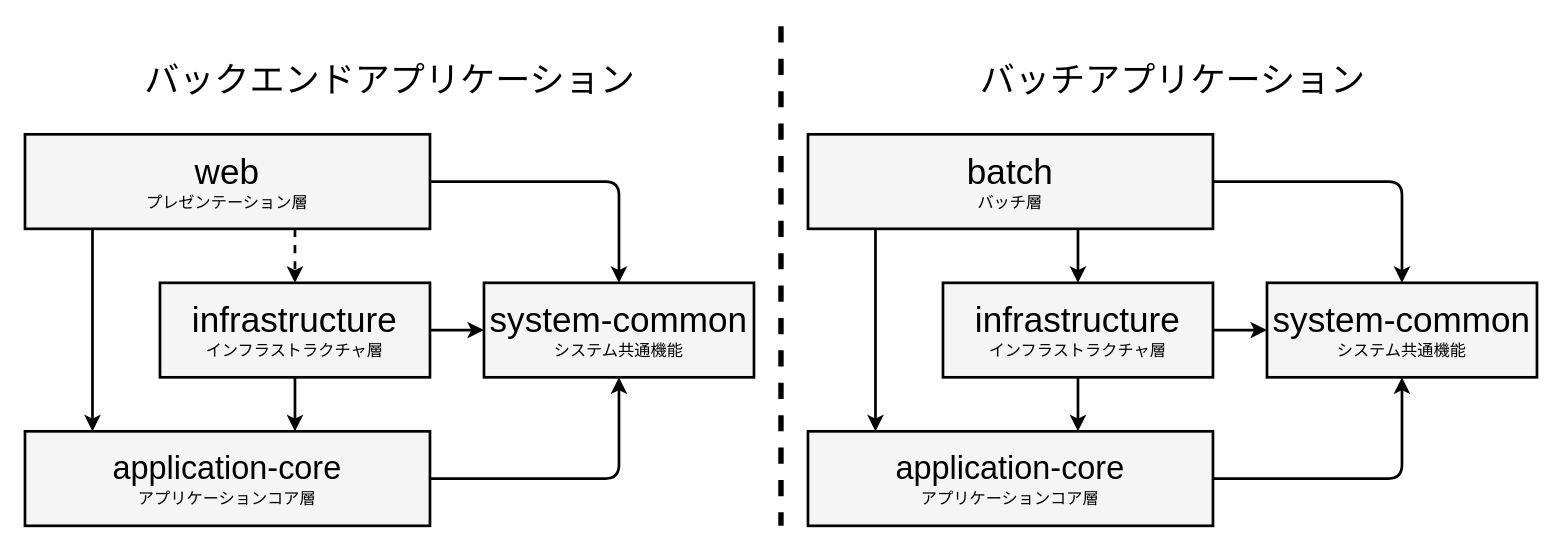
This is documents/_materials/images/guidebooks/how-to-develop/java/subproject-dependencies-light.drawio from AlesInfiny/maia, a draw.io file, before an edit. Source tidied: cells renumbered, new cells numbered last; positions are measured from the earlier drawing's top-left corner, leaving out a move shared by most shapes. Both pictures are drawn from the tidied source at 135%, with x=0, y=0 at pixel (24, 26).
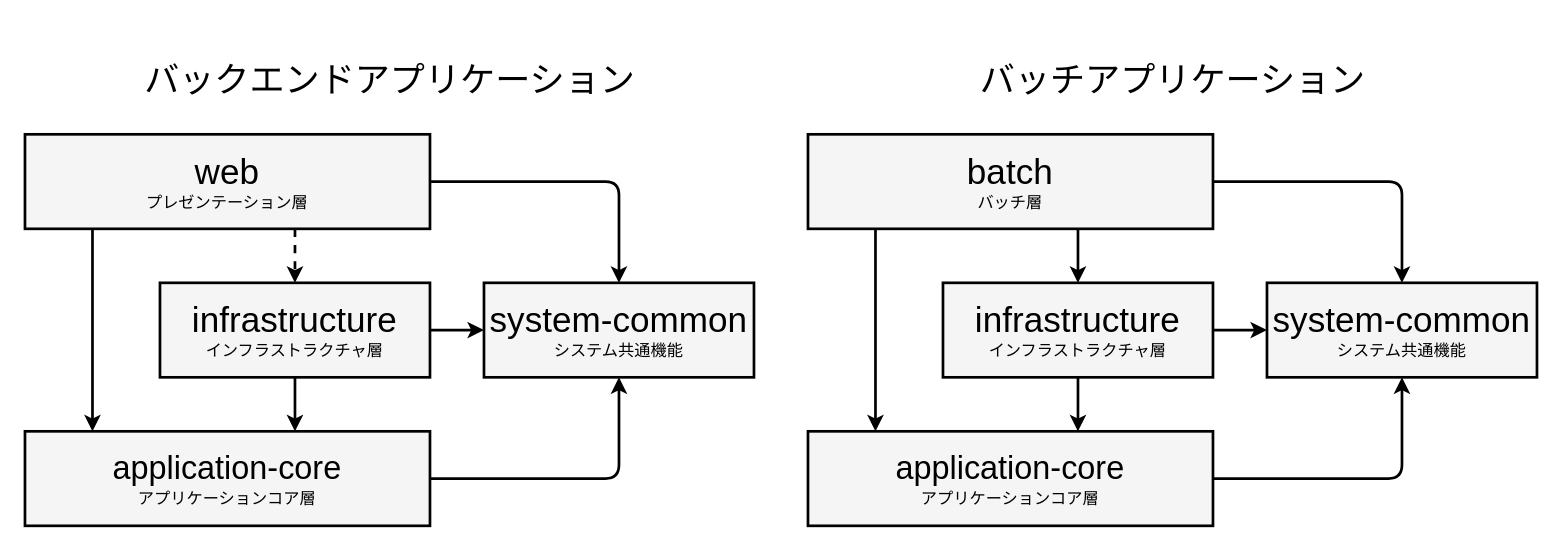
Above is the later version.

Commit message (it also covers changes not shown here):
サブプロジェクトの依存関係の図の修正

The edit, as a diff of the source:
```diff
@@
-    <mxCell id="2" style="html=1;strokeWidth=4;endArrow=none;endFill=0;dashed=1;strokeColor=#000000;fontColor=#000000;" parent="1" edge="1">
-      <mxGeometry relative="1" as="geometry">
-        <mxPoint x="560" as="sourcePoint" />
-        <mxPoint x="560" y="370" as="targetPoint" />
-      </mxGeometry>
-    </mxCell>
```
